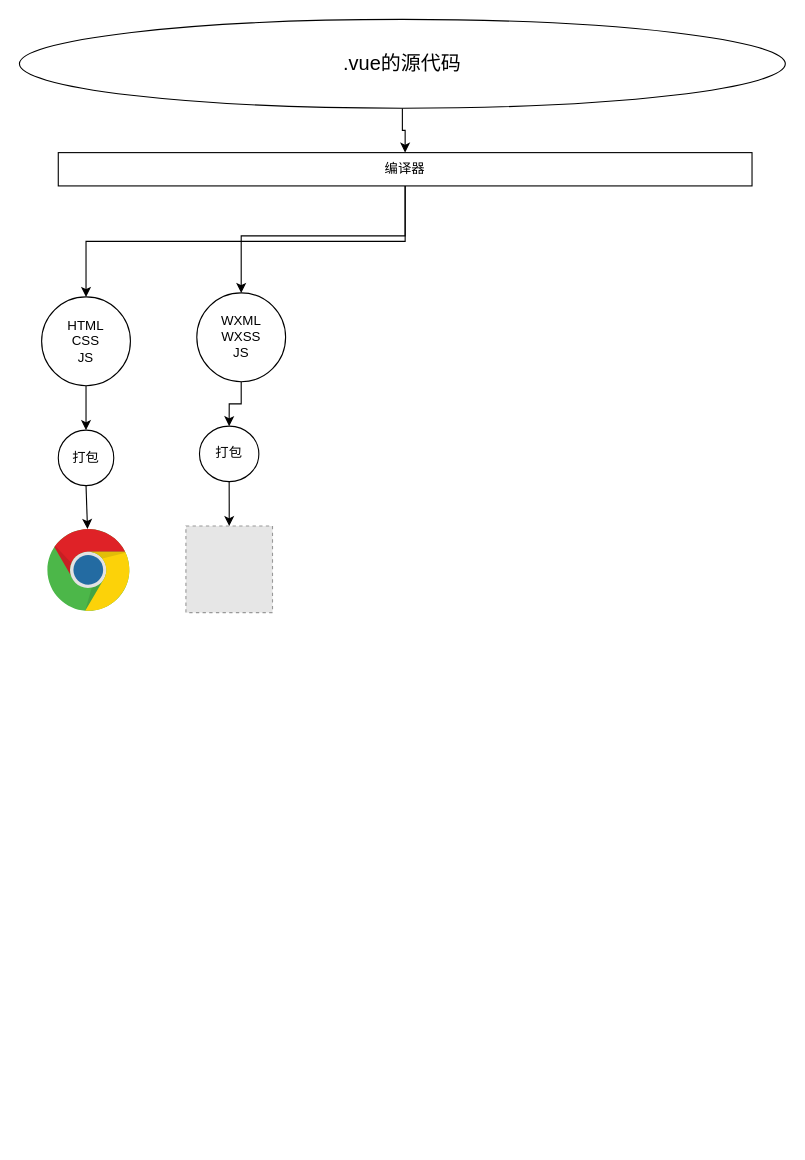
Above: uni-app工作原理.drawio in johnyu666/draw-io (draw.io), before the change. Source tidied: cells renumbered, new cells numbered last; positions are measured from the earlier drawing's top-left corner, leaving out a move shared by most shapes. Both pictures are drawn from the tidied source at 111%, with x=0, y=0 at pixel (19, 19). Pictures stored in the file or linked from it are replaced by grey dashed boxes.
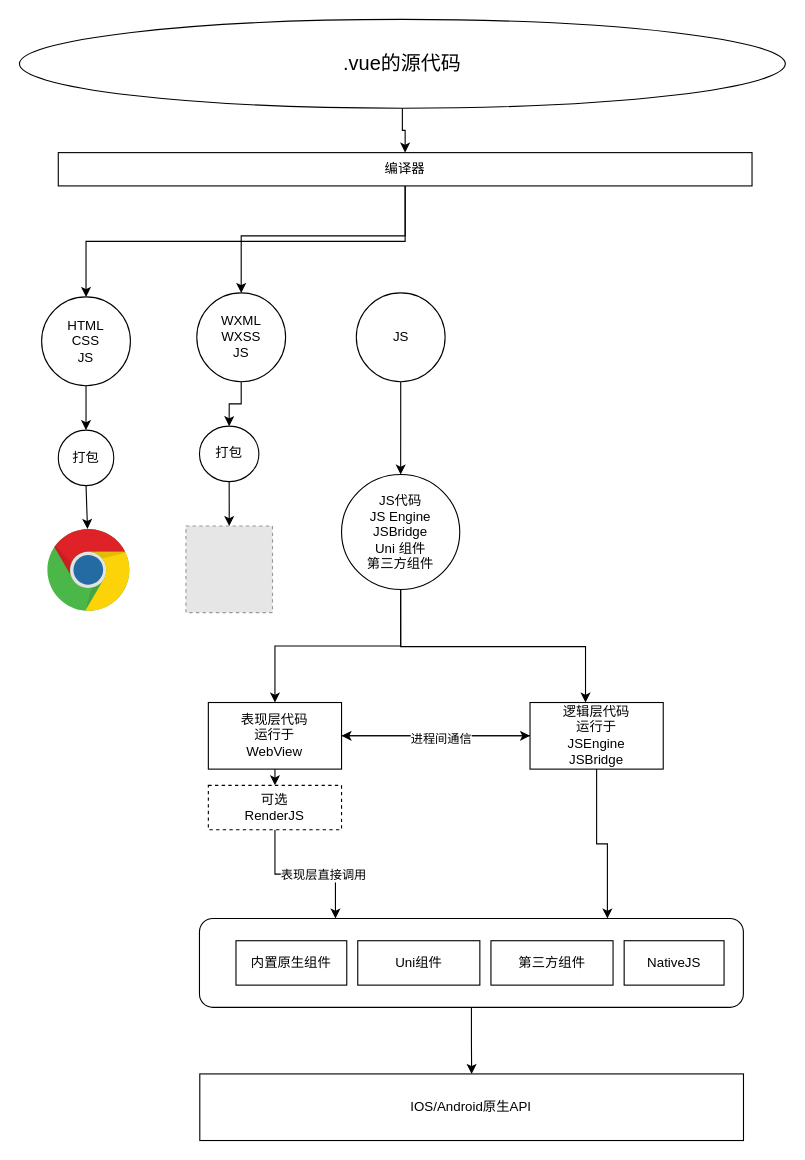
The same diagram, later.

Commit message:
更新uni-app工作原理.drawio

What changed in the source:
```diff
@@
+    <mxCell id="17" style="edgeStyle=orthogonalEdgeStyle;rounded=0;jettySize=auto;html=1;" parent="1" edge="1" source="18" target="21">
+      <mxGeometry relative="1" as="geometry" />
+    </mxCell>
+    <mxCell id="18" value="JS" style="ellipse;whiteSpace=wrap;html=1;" parent="1" vertex="1">
+      <mxGeometry x="303.5" y="246.4" width="80" height="80" as="geometry" />
+    </mxCell>
+    <mxCell id="19" style="edgeStyle=orthogonalEdgeStyle;rounded=0;jettySize=auto;html=1;" parent="1" edge="1" source="21" target="24">
+      <mxGeometry relative="1" as="geometry" />
+    </mxCell>
+    <mxCell id="20" style="edgeStyle=orthogonalEdgeStyle;rounded=0;jettySize=auto;html=1;" parent="1" edge="1" source="21" target="28">
+      <mxGeometry relative="1" as="geometry">
+        <Array as="points">
+          <mxPoint x="344" y="565" />
+          <mxPoint x="510" y="565" />
+        </Array>
+      </mxGeometry>
+    </mxCell>
+    <mxCell id="21" value="JS代码&lt;br&gt;JS Engine&lt;br&gt;JSBridge&lt;br&gt;Uni 组件&lt;br&gt;第三方组件" style="ellipse;whiteSpace=wrap;html=1;" parent="1" vertex="1">
+      <mxGeometry x="290.2" y="410" width="106.5" height="103.6" as="geometry" />
+    </mxCell>
+    <mxCell id="22" style="edgeStyle=orthogonalEdgeStyle;rounded=0;jettySize=auto;html=1;" parent="1" edge="1" source="24" target="28">
+      <mxGeometry relative="1" as="geometry" />
+    </mxCell>
+    <mxCell id="23" style="edgeStyle=orthogonalEdgeStyle;rounded=0;jettySize=auto;html=1;exitX=0.5;exitY=1;exitDx=0;exitDy=0;entryX=0.5;entryY=0;entryDx=0;entryDy=0;" parent="1" edge="1" source="24" target="32">
+      <mxGeometry relative="1" as="geometry" />
+    </mxCell>
+    <mxCell id="24" value="表现层代码&lt;br&gt;运行于&lt;br&gt;WebView" style="whiteSpace=wrap;html=1;" parent="1" vertex="1">
+      <mxGeometry x="170.2" y="615.4" width="120" height="60" as="geometry" />
+    </mxCell>
+    <mxCell id="25" style="edgeStyle=orthogonalEdgeStyle;rounded=0;jettySize=auto;html=1;" parent="1" edge="1" source="28" target="24">
+      <mxGeometry relative="1" as="geometry" />
+    </mxCell>
+    <mxCell id="26" value="进程间通信" style="edgeLabel;html=1;align=center;verticalAlign=middle;" parent="25" vertex="1">
+      <mxGeometry x="-0.05" y="2" relative="1" as="geometry" />
+    </mxCell>
+    <mxCell id="27" style="edgeStyle=orthogonalEdgeStyle;rounded=0;jettySize=auto;html=1;exitX=0.5;exitY=1;exitDx=0;exitDy=0;entryX=0.75;entryY=0;entryDx=0;entryDy=0;" parent="1" edge="1" source="28" target="34">
+      <mxGeometry relative="1" as="geometry" />
+    </mxCell>
+    <mxCell id="28" value="逻辑层代码&lt;br&gt;运行于&lt;br&gt;JSEngine&lt;br&gt;JSBridge" style="whiteSpace=wrap;html=1;" parent="1" vertex="1">
+      <mxGeometry x="460" y="615.4" width="120" height="60" as="geometry" />
+    </mxCell>
+    <mxCell id="29" value="IOS/Android原生API" style="rounded=0;whiteSpace=wrap;html=1;" parent="1" vertex="1">
+      <mxGeometry x="162.5" y="950" width="489.8" height="60" as="geometry" />
+    </mxCell>
+    <mxCell id="30" style="edgeStyle=orthogonalEdgeStyle;rounded=0;jettySize=auto;html=1;exitX=0.5;exitY=1;exitDx=0;exitDy=0;entryX=0.25;entryY=0;entryDx=0;entryDy=0;" parent="1" edge="1" source="32" target="34">
+      <mxGeometry relative="1" as="geometry" />
+    </mxCell>
+    <mxCell id="31" value="表现层直接调用" style="edgeLabel;html=1;align=center;verticalAlign=middle;" parent="30" vertex="1">
+      <mxGeometry x="0.23" y="1" relative="1" as="geometry">
+        <mxPoint y="1" as="offset" />
+      </mxGeometry>
+    </mxCell>
+    <mxCell id="32" value="可选&lt;br&gt;RenderJS" style="rounded=0;whiteSpace=wrap;html=1;dashed=1;" parent="1" vertex="1">
+      <mxGeometry x="170.2" y="690" width="120" height="40" as="geometry" />
+    </mxCell>
+    <mxCell id="33" style="group;" parent="1" vertex="1">
+      <mxGeometry x="162.2" y="810" width="490" height="80" as="geometry" />
+    </mxCell>
+    <mxCell id="34" style="rounded=1;whiteSpace=wrap;html=1;" parent="33" vertex="1">
+      <mxGeometry width="490" height="80" as="geometry" />
+    </mxCell>
+    <mxCell id="35" value="内置原生组件" style="rounded=0;whiteSpace=wrap;html=1;" parent="33" vertex="1">
+      <mxGeometry x="32.9" y="20" width="99.8" height="40" as="geometry" />
+    </mxCell>
+    <mxCell id="36" value="Uni组件" style="rounded=0;whiteSpace=wrap;html=1;" parent="33" vertex="1">
+      <mxGeometry x="142.6" y="20" width="110" height="40" as="geometry" />
+    </mxCell>
+    <mxCell id="37" value="第三方组件" style="rounded=0;whiteSpace=wrap;html=1;" parent="33" vertex="1">
+      <mxGeometry x="262.6" y="20" width="110" height="40" as="geometry" />
+    </mxCell>
+    <mxCell id="38" value="NativeJS" style="rounded=0;whiteSpace=wrap;html=1;" parent="33" vertex="1">
+      <mxGeometry x="382.6" y="20" width="90" height="40" as="geometry" />
+    </mxCell>
+    <mxCell id="39" style="edgeStyle=orthogonalEdgeStyle;rounded=0;jettySize=auto;html=1;exitX=0.5;exitY=1;exitDx=0;exitDy=0;" parent="1" edge="1" source="34" target="29">
+      <mxGeometry relative="1" as="geometry" />
+    </mxCell>
```
